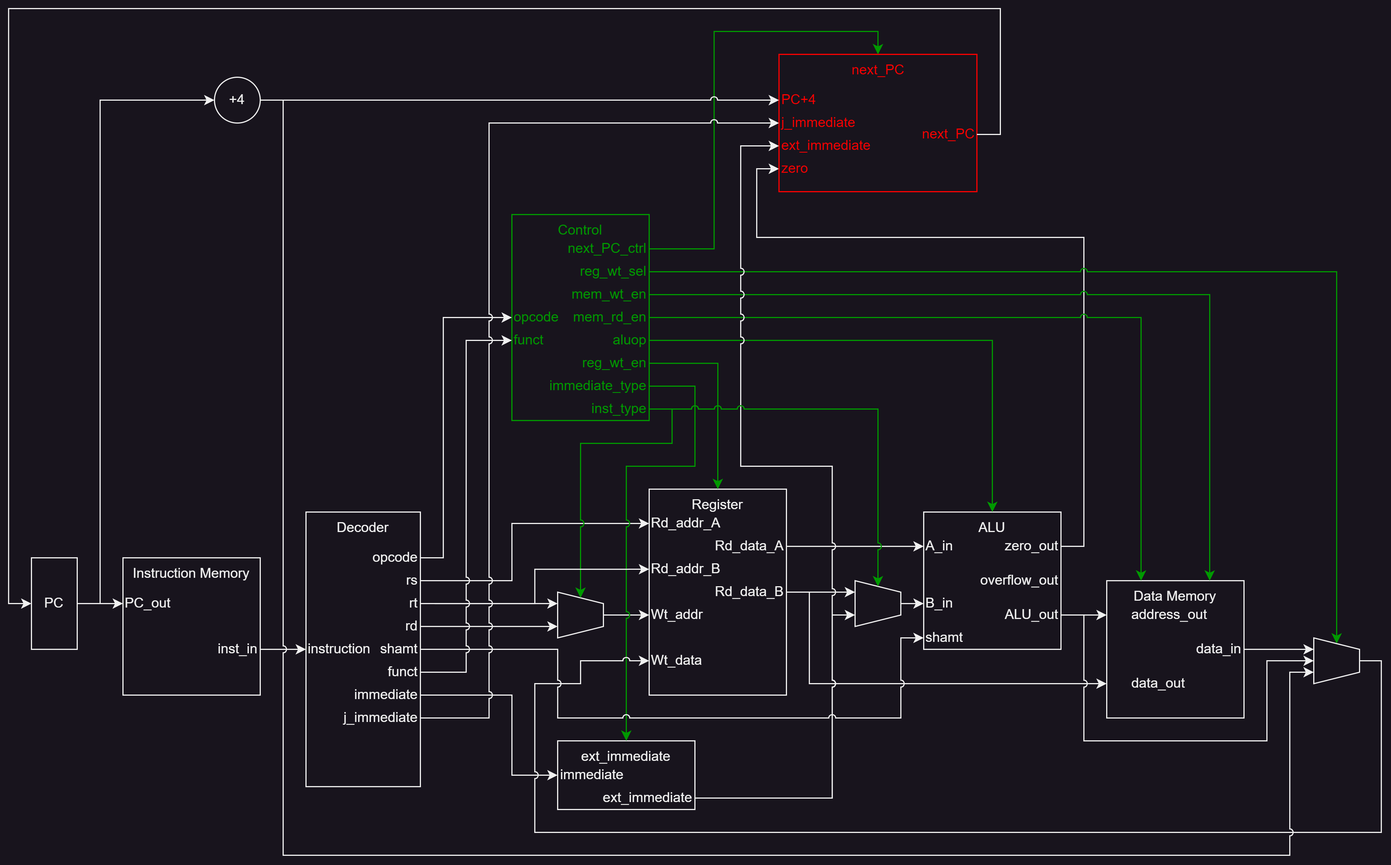
Above: figures/SingleCycle.png in 146snk/MIPS32iCPU (draw.io), before the change. Source tidied: cells renumbered, new cells last; positions are measured from the earlier drawing's top-left corner, leaving out a move shared by most shapes.
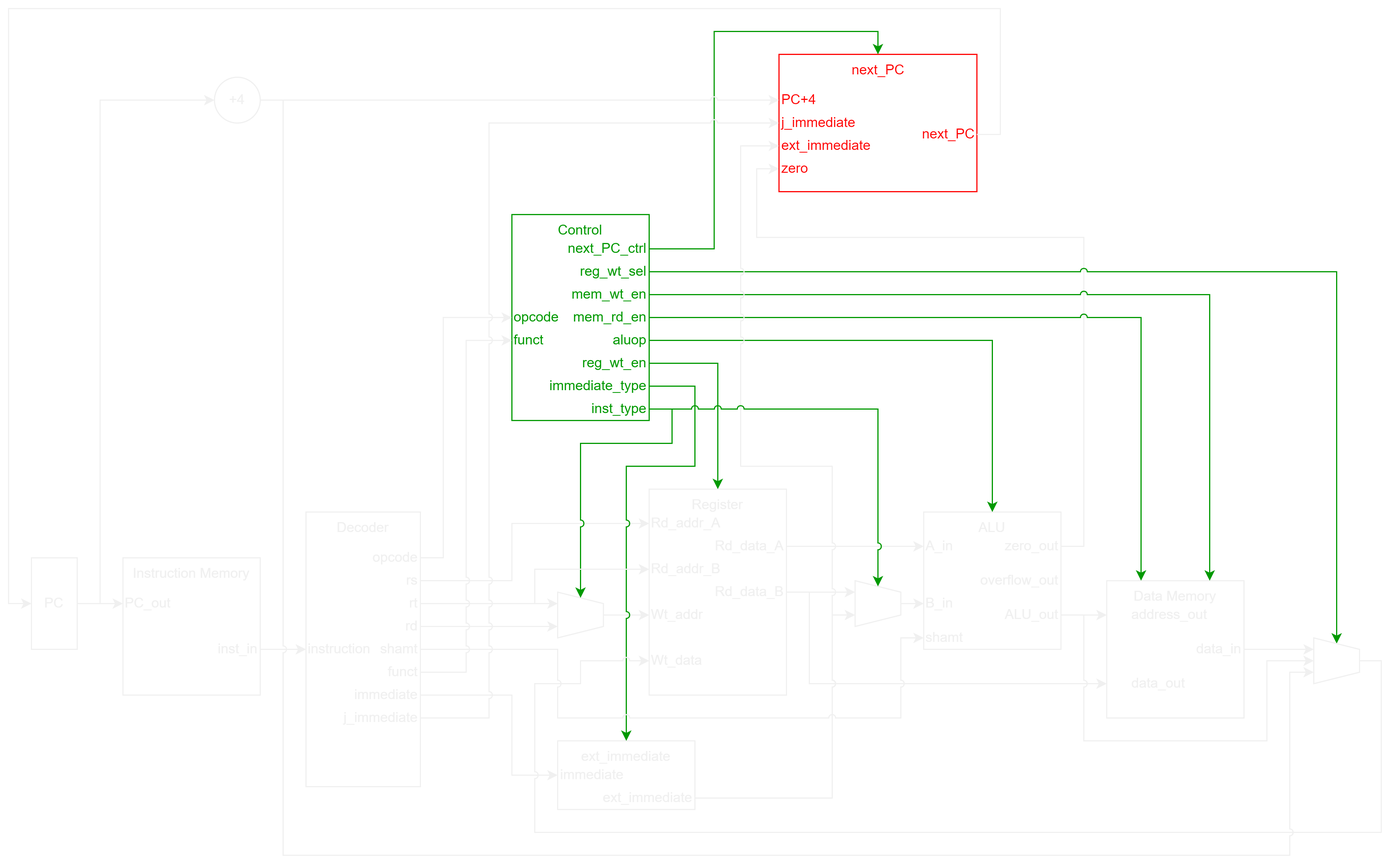
After the change.

What changed in the source:
```diff
@@ -5,7 +5,7 @@
     <mxCell id="2" style="edgeStyle=orthogonalEdgeStyle;rounded=0;jettySize=auto;html=1;exitX=1;exitY=0.5;exitDx=0;exitDy=0;entryX=0.25;entryY=1;entryDx=0;entryDy=0;" parent="1" edge="1" source="15" target="26">
       <mxGeometry relative="1" as="geometry" />
     </mxCell>
-    <mxCell id="3" value="Register" style="rounded=0;whiteSpace=wrap;html=1;verticalAlign=top;" parent="1" vertex="1">
+    <mxCell id="3" value="Register" style="rounded=0;whiteSpace=wrap;html=1;verticalAlign=top;fillColor=none;" parent="1" vertex="1">
       <mxGeometry x="560" y="420" width="120" height="180" as="geometry" />
     </mxCell>
     <mxCell id="4" style="edgeStyle=orthogonalEdgeStyle;rounded=0;jettySize=auto;html=1;exitX=1;exitY=0.5;exitDx=0;exitDy=0;entryX=0;entryY=0.5;entryDx=0;entryDy=0;" parent="1" edge="1" source="6" target="8">
@@ -19,10 +19,10 @@
         </Array>
       </mxGeometry>
     </mxCell>
-    <mxCell id="6" value="PC" style="rounded=0;whiteSpace=wrap;html=1;" parent="1" vertex="1">
+    <mxCell id="6" value="PC" style="rounded=0;whiteSpace=wrap;html=1;fillColor=none;" parent="1" vertex="1">
       <mxGeometry x="20" y="480" width="40" height="80" as="geometry" />
     </mxCell>
-    <mxCell id="7" value="Instruction Memory" style="rounded=0;whiteSpace=wrap;html=1;verticalAlign=top;" parent="1" vertex="1">
+    <mxCell id="7" value="Instruction Memory" style="rounded=0;whiteSpace=wrap;html=1;verticalAlign=top;fillColor=none;" parent="1" vertex="1">
       <mxGeometry x="100" y="480" width="120" height="120" as="geometry" />
     </mxCell>
     <mxCell id="8" value="PC_out" style="text;html=1;align=left;verticalAlign=middle;whiteSpace=wrap;rounded=0;" parent="1" vertex="1">
@@ -34,7 +34,7 @@
     <mxCell id="10" value="inst_in" style="text;html=1;align=right;verticalAlign=middle;whiteSpace=wrap;rounded=0;" parent="1" vertex="1">
       <mxGeometry x="160" y="550" width="60" height="20" as="geometry" />
     </mxCell>
-    <mxCell id="11" value="Decoder" style="rounded=0;whiteSpace=wrap;html=1;verticalAlign=top;" parent="1" vertex="1">
+    <mxCell id="11" value="Decoder" style="rounded=0;whiteSpace=wrap;html=1;verticalAlign=top;fillColor=none;" parent="1" vertex="1">
       <mxGeometry x="260" y="440" width="100" height="240" as="geometry" />
     </mxCell>
     <mxCell id="12" value="opcode" style="text;html=1;align=right;verticalAlign=middle;whiteSpace=wrap;rounded=0;" parent="1" vertex="1">
@@ -89,7 +89,7 @@
     <mxCell id="25" style="edgeStyle=orthogonalEdgeStyle;rounded=0;jettySize=auto;html=1;exitX=0.5;exitY=0;exitDx=0;exitDy=0;entryX=0;entryY=0.5;entryDx=0;entryDy=0;" parent="1" edge="1" source="26" target="29">
       <mxGeometry relative="1" as="geometry" />
     </mxCell>
-    <mxCell id="26" style="shape=trapezoid;perimeter=trapezoidPerimeter;whiteSpace=wrap;html=1;fixedSize=1;rotation=90;size=10;" parent="1" vertex="1">
+    <mxCell id="26" style="shape=trapezoid;perimeter=trapezoidPerimeter;whiteSpace=wrap;html=1;fixedSize=1;rotation=90;size=10;fillColor=none;" parent="1" vertex="1">
       <mxGeometry x="480" y="510" width="40" height="40" as="geometry" />
     </mxCell>
     <mxCell id="27" value="Rd_addr_A" style="text;html=1;align=left;verticalAlign=middle;whiteSpace=wrap;rounded=0;" parent="1" vertex="1">
@@ -121,9 +121,6 @@
     <mxCell id="34" value="Rd_data_B" style="text;html=1;align=right;verticalAlign=middle;whiteSpace=wrap;rounded=0;" parent="1" vertex="1">
       <mxGeometry x="620" y="500" width="60" height="20" as="geometry" />
     </mxCell>
-    <mxCell id="35" style="group;fontColor=#009900;fillColor=#008a00;strokeColor=#009900;" parent="1" vertex="1">
-      <mxGeometry x="440" y="180" width="120" height="180" as="geometry" />
-    </mxCell>
     <mxCell id="36" style="edgeStyle=orthogonalEdgeStyle;rounded=0;jettySize=auto;html=1;exitX=1;exitY=0.5;exitDx=0;exitDy=0;entryX=0;entryY=0.5;entryDx=0;entryDy=0;strokeColor=#009900;jumpStyle=arc;" parent="1" edge="1" source="66" target="26">
       <mxGeometry relative="1" as="geometry">
         <Array as="points">
@@ -136,10 +133,10 @@
     <mxCell id="37" style="edgeStyle=orthogonalEdgeStyle;rounded=0;jettySize=auto;html=1;exitX=0.5;exitY=0;exitDx=0;exitDy=0;entryX=0;entryY=0.5;entryDx=0;entryDy=0;" parent="1" edge="1" source="38" target="45">
       <mxGeometry relative="1" as="geometry" />
     </mxCell>
-    <mxCell id="38" style="shape=trapezoid;perimeter=trapezoidPerimeter;whiteSpace=wrap;html=1;fixedSize=1;rotation=90;size=10;" parent="1" vertex="1">
+    <mxCell id="38" style="shape=trapezoid;perimeter=trapezoidPerimeter;whiteSpace=wrap;html=1;fixedSize=1;rotation=90;size=10;fillColor=none;" parent="1" vertex="1">
       <mxGeometry x="740" y="500" width="40" height="40" as="geometry" />
     </mxCell>
-    <mxCell id="39" value="ext_immediate" style="rounded=0;whiteSpace=wrap;html=1;verticalAlign=top;" parent="1" vertex="1">
+    <mxCell id="39" value="ext_immediate" style="rounded=0;whiteSpace=wrap;html=1;verticalAlign=top;fillColor=none;" parent="1" vertex="1">
       <mxGeometry x="480" y="640" width="120" height="60" as="geometry" />
     </mxCell>
     <mxCell id="40" value="immediate" style="text;html=1;align=right;verticalAlign=middle;whiteSpace=wrap;rounded=0;" parent="1" vertex="1">
@@ -156,7 +153,7 @@
     <mxCell id="42" value="ext_immediate" style="text;html=1;align=right;verticalAlign=middle;whiteSpace=wrap;rounded=0;" parent="1" vertex="1">
       <mxGeometry x="540" y="680" width="60" height="20" as="geometry" />
     </mxCell>
-    <mxCell id="43" value="ALU" style="rounded=0;whiteSpace=wrap;html=1;verticalAlign=top;" parent="1" vertex="1">
+    <mxCell id="43" value="ALU" style="rounded=0;whiteSpace=wrap;html=1;verticalAlign=top;fillColor=none;" parent="1" vertex="1">
       <mxGeometry x="800" y="440" width="120" height="120" as="geometry" />
     </mxCell>
     <mxCell id="44" value="A_in" style="text;html=1;align=left;verticalAlign=middle;whiteSpace=wrap;rounded=0;" parent="1" vertex="1">
@@ -209,7 +206,7 @@
         </Array>
       </mxGeometry>
     </mxCell>
-    <mxCell id="54" value="Data Memory" style="rounded=0;whiteSpace=wrap;html=1;verticalAlign=top;" parent="1" vertex="1">
+    <mxCell id="54" value="Data Memory" style="rounded=0;whiteSpace=wrap;html=1;verticalAlign=top;fillColor=none;" parent="1" vertex="1">
       <mxGeometry x="960" y="500" width="120" height="120" as="geometry" />
     </mxCell>
     <mxCell id="55" value="address_out" style="text;html=1;align=left;verticalAlign=middle;whiteSpace=wrap;rounded=0;" parent="1" vertex="1">
@@ -233,7 +230,7 @@
     <mxCell id="61" style="edgeStyle=orthogonalEdgeStyle;rounded=0;jettySize=auto;html=1;exitX=1;exitY=0.5;exitDx=0;exitDy=0;entryX=0.25;entryY=0;entryDx=0;entryDy=0;jumpStyle=arc;strokeColor=#009900;" parent="1" edge="1" source="70" target="54">
       <mxGeometry relative="1" as="geometry" />
     </mxCell>
-    <mxCell id="62" value="Control" style="rounded=0;whiteSpace=wrap;html=1;verticalAlign=top;fontColor=#009900;strokeColor=#009900;" parent="1" vertex="1">
+    <mxCell id="62" value="Control" style="rounded=0;whiteSpace=wrap;html=1;verticalAlign=top;fontColor=#009900;strokeColor=#009900;fillColor=none;" parent="1" vertex="1">
       <mxGeometry x="440" y="180" width="120" height="180" as="geometry" />
     </mxCell>
     <mxCell id="63" value="opcode" style="text;html=1;align=left;verticalAlign=middle;whiteSpace=wrap;rounded=0;fontColor=#009900;" parent="1" vertex="1">
@@ -281,10 +278,10 @@
         </Array>
       </mxGeometry>
     </mxCell>
-    <mxCell id="75" style="shape=trapezoid;perimeter=trapezoidPerimeter;whiteSpace=wrap;html=1;fixedSize=1;rotation=90;size=10;" parent="1" vertex="1">
+    <mxCell id="75" style="shape=trapezoid;perimeter=trapezoidPerimeter;whiteSpace=wrap;html=1;fixedSize=1;rotation=90;size=10;fillColor=none;" parent="1" vertex="1">
       <mxGeometry x="1141" y="550" width="40" height="40" as="geometry" />
     </mxCell>
-    <mxCell id="76" value="next_PC" style="rounded=0;whiteSpace=wrap;html=1;verticalAlign=top;fontColor=#FF0000;strokeColor=#FF0000;" parent="1" vertex="1">
+    <mxCell id="76" value="next_PC" style="rounded=0;whiteSpace=wrap;html=1;verticalAlign=top;fontColor=#FF0000;strokeColor=#FF0000;fillColor=none;" parent="1" vertex="1">
       <mxGeometry x="673.5" y="40" width="173" height="120" as="geometry" />
     </mxCell>
     <mxCell id="77" value="PC+4" style="text;html=1;align=left;verticalAlign=middle;whiteSpace=wrap;rounded=0;fontColor=#FF0000;" parent="1" vertex="1">
@@ -382,7 +379,7 @@
         </Array>
       </mxGeometry>
     </mxCell>
-    <mxCell id="93" value="+4" style="ellipse;whiteSpace=wrap;html=1;" parent="1" vertex="1">
+    <mxCell id="93" value="+4" style="ellipse;whiteSpace=wrap;html=1;fillColor=none;" parent="1" vertex="1">
       <mxGeometry x="180" y="60" width="40" height="40" as="geometry" />
     </mxCell>
     <mxCell id="94" style="edgeStyle=orthogonalEdgeStyle;rounded=0;jettySize=auto;html=1;exitX=1;exitY=0.5;exitDx=0;exitDy=0;entryX=0;entryY=0.5;entryDx=0;entryDy=0;jumpStyle=arc;strokeColor=#009900;" parent="1" edge="1" source="66" target="38">
```
